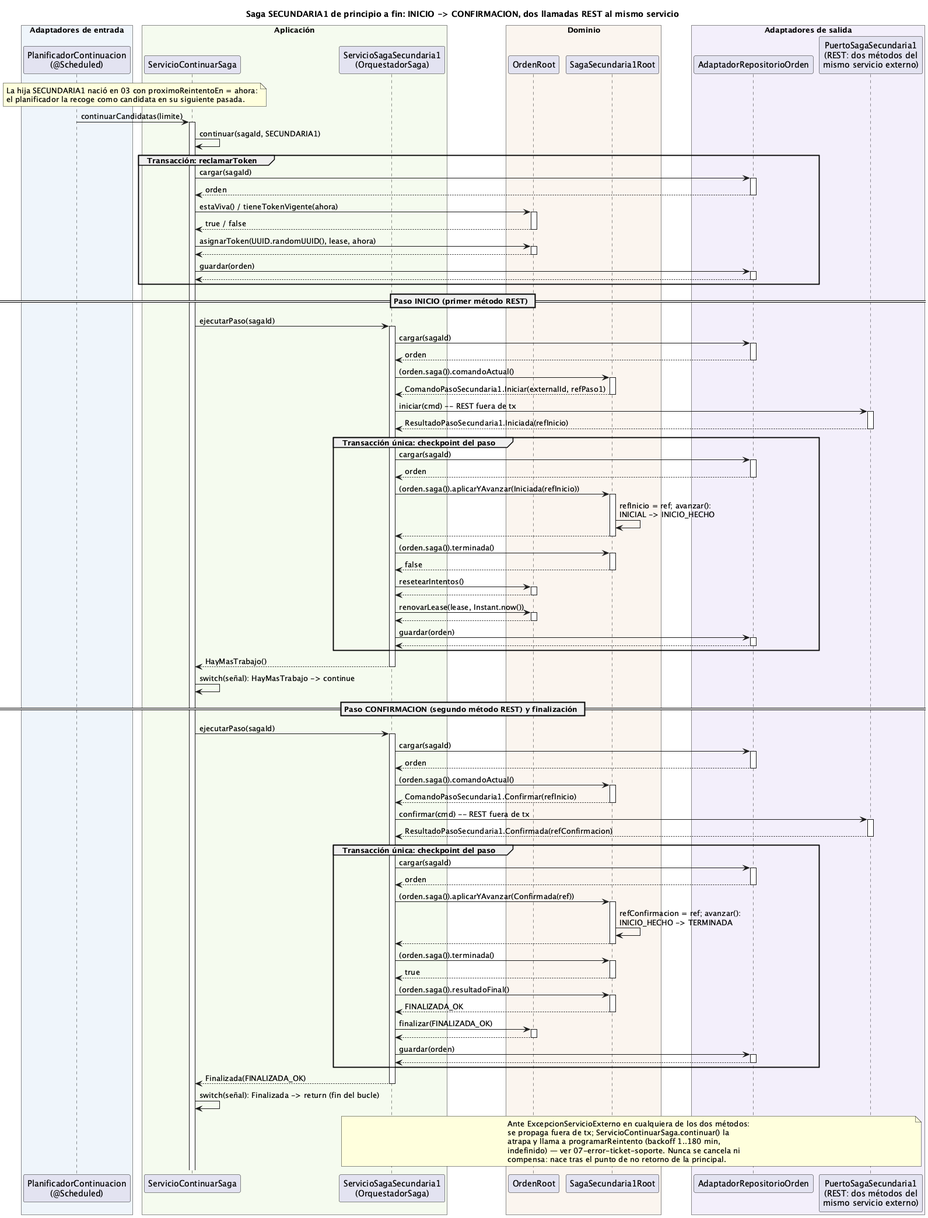
This is order-manager/docs/04-saga-secundaria1.png from ralcazar/patrones, a PlantUML export, as it was before one commit.
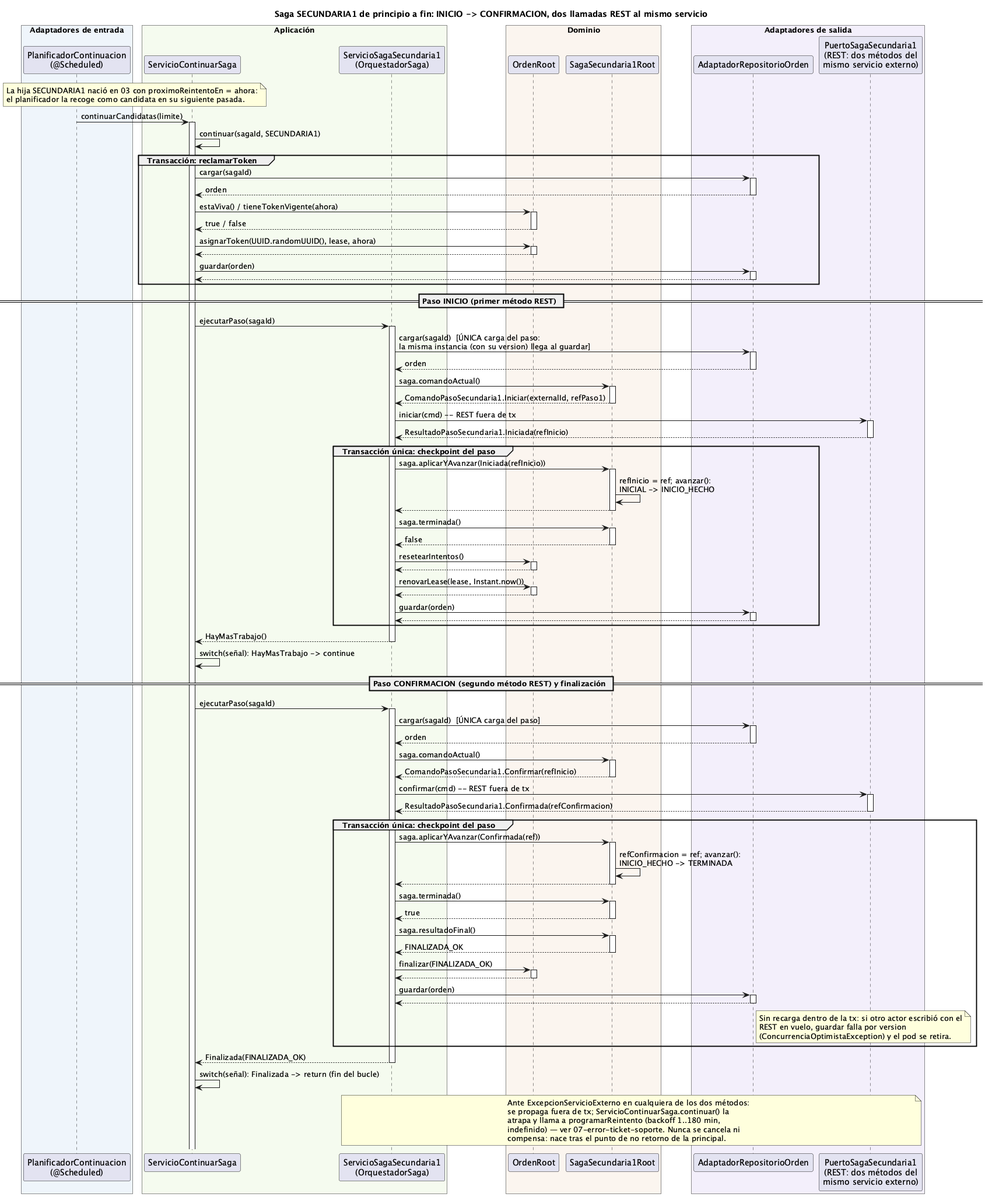
Later version of the same file.

Change to the diagram source:
```diff
@@ -37,19 +37,17 @@
 
 == Paso INICIO (primer método REST) ==
 CONT -> ORQ ++ : ejecutarPaso(sagaId)
-ORQ -> REPO ++ : cargar(sagaId)
+ORQ -> REPO ++ : cargar(sagaId)  [ÚNICA carga del paso:\nla misma instancia (con su version) llega al guardar]
 return orden
-ORQ -> SAGA ++ : (orden.saga()).comandoActual()
+ORQ -> SAGA ++ : saga.comandoActual()
 return ComandoPasoSecundaria1.Iniciar(externalId, refPaso1)
 ORQ -> PSEC ++ : iniciar(cmd) -- REST fuera de tx
 return ResultadoPasoSecundaria1.Iniciada(refInicio)
 group Transacción única: checkpoint del paso
-  ORQ -> REPO ++ : cargar(sagaId)
-  return orden
-  ORQ -> SAGA ++ : (orden.saga()).aplicarYAvanzar(Iniciada(refInicio))
+  ORQ -> SAGA ++ : saga.aplicarYAvanzar(Iniciada(refInicio))
   SAGA -> SAGA : refInicio = ref; avanzar():\nINICIAL -> INICIO_HECHO
   return
-  ORQ -> SAGA ++ : (orden.saga()).terminada()
+  ORQ -> SAGA ++ : saga.terminada()
   return false
   ORQ -> ORDEN ++ : resetearIntentos()
   return
@@ -63,26 +61,29 @@
 
 == Paso CONFIRMACION (segundo método REST) y finalización ==
 CONT -> ORQ ++ : ejecutarPaso(sagaId)
-ORQ -> REPO ++ : cargar(sagaId)
+ORQ -> REPO ++ : cargar(sagaId)  [ÚNICA carga del paso]
 return orden
-ORQ -> SAGA ++ : (orden.saga()).comandoActual()
+ORQ -> SAGA ++ : saga.comandoActual()
 return ComandoPasoSecundaria1.Confirmar(refInicio)
 ORQ -> PSEC ++ : confirmar(cmd) -- REST fuera de tx
 return ResultadoPasoSecundaria1.Confirmada(refConfirmacion)
 group Transacción única: checkpoint del paso
-  ORQ -> REPO ++ : cargar(sagaId)
-  return orden
-  ORQ -> SAGA ++ : (orden.saga()).aplicarYAvanzar(Confirmada(ref))
+  ORQ -> SAGA ++ : saga.aplicarYAvanzar(Confirmada(ref))
   SAGA -> SAGA : refConfirmacion = ref; avanzar():\nINICIO_HECHO -> TERMINADA
   return
-  ORQ -> SAGA ++ : (orden.saga()).terminada()
+  ORQ -> SAGA ++ : saga.terminada()
   return true
-  ORQ -> SAGA ++ : (orden.saga()).resultadoFinal()
+  ORQ -> SAGA ++ : saga.resultadoFinal()
   return FINALIZADA_OK
   ORQ -> ORDEN ++ : finalizar(FINALIZADA_OK)
   return
   ORQ -> REPO ++ : guardar(orden)
   return
+  note right of REPO
+    Sin recarga dentro de la tx: si otro actor escribió con el
+    REST en vuelo, guardar falla por version
+    (ConcurrenciaOptimistaException) y el pod se retira.
+  end note
 end
 return Finalizada(FINALIZADA_OK)
 CONT -> CONT : switch(señal): Finalizada -> return (fin del bucle)
```
